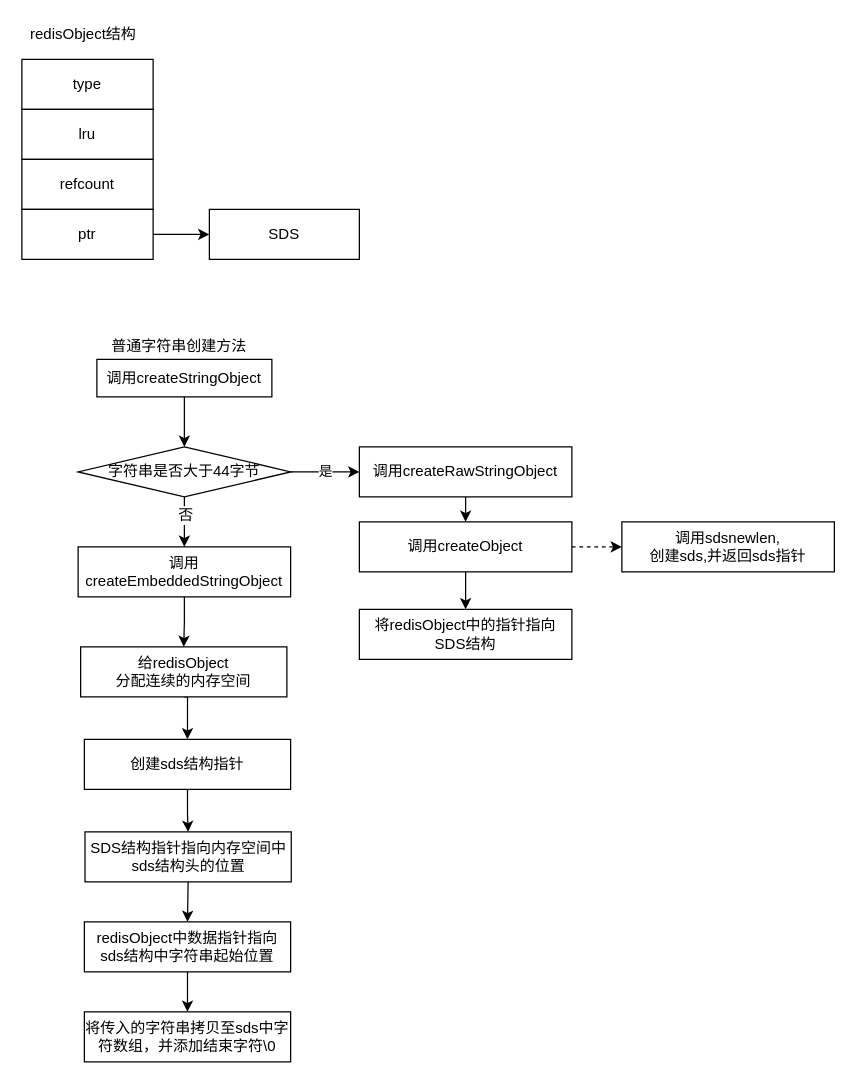
The draw.io diagram note/redis源代码实战学习笔记/02数据结构/img/day04.drawio in ForeverRunner/redis-note, before the edit. Source tidied: cells renumbered, new cells numbered last; positions are measured from the earlier drawing's top-left corner, leaving out a move shared by most shapes. Both pictures are drawn from the tidied source at 125%, with x=0, y=0 at pixel (21, 21).
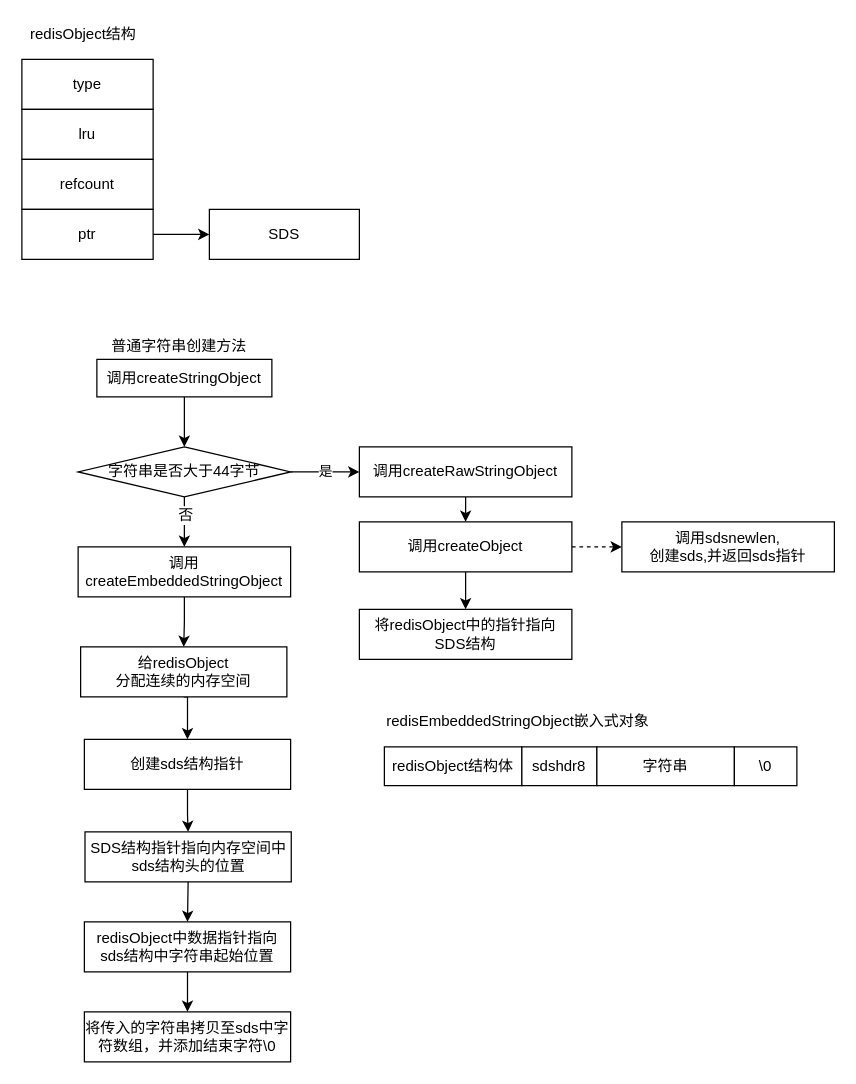
The same diagram, later.

What changed in the source:
```diff
@@
+    <mxCell id="37" style="group;" parent="1" vertex="1">
+      <mxGeometry x="290" y="550" width="330" height="61" as="geometry" />
+    </mxCell>
+    <mxCell id="38" style="group;" parent="37" vertex="1">
+      <mxGeometry x="30" y="30" width="300" height="31" as="geometry" />
+    </mxCell>
+    <mxCell id="39" value="redisObject结构体" style="rounded=0;whiteSpace=wrap;html=1;" parent="38" vertex="1">
+      <mxGeometry x="-30" width="110" height="31" as="geometry" />
+    </mxCell>
+    <mxCell id="40" value="sdshdr8" style="rounded=0;whiteSpace=wrap;html=1;" parent="38" vertex="1">
+      <mxGeometry x="80" width="60" height="31" as="geometry" />
+    </mxCell>
+    <mxCell id="41" value="字符串" style="rounded=0;whiteSpace=wrap;html=1;" parent="38" vertex="1">
+      <mxGeometry x="140" width="110" height="31" as="geometry" />
+    </mxCell>
+    <mxCell id="42" value="\0" style="rounded=0;whiteSpace=wrap;html=1;" parent="38" vertex="1">
+      <mxGeometry x="250" width="50" height="31" as="geometry" />
+    </mxCell>
+    <mxCell id="43" value="redisEmbeddedStringObject嵌入式对象&lt;br&gt;" style="text;html=1;align=left;verticalAlign=top;spacingTop=-4;" parent="37" vertex="1">
+      <mxGeometry width="230" height="20" as="geometry" />
+    </mxCell>
```
